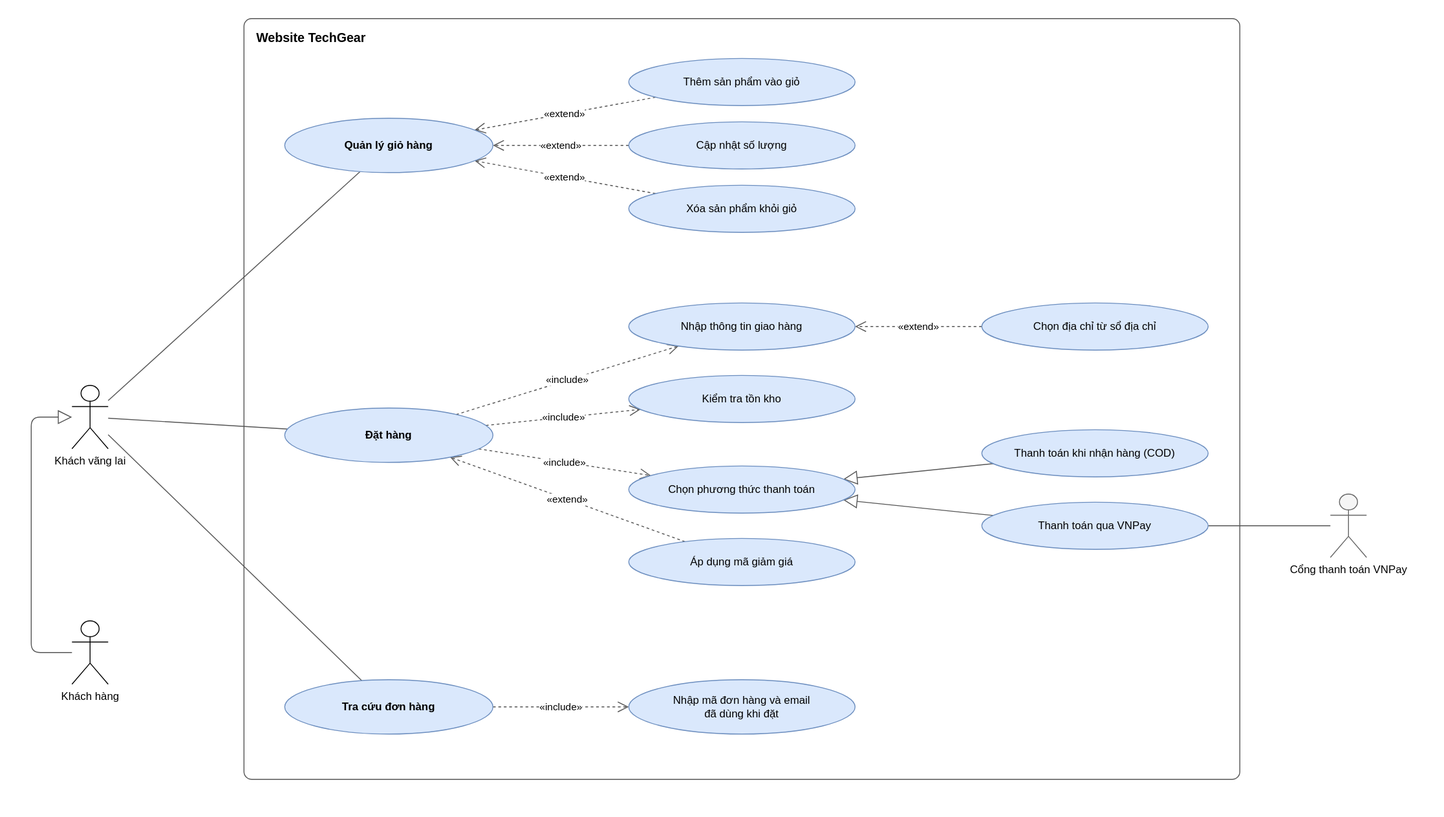
Above: docs/so-do-use-case/03_uc_gio_hang_dat_hang.svg in phdinh254/TechGear (draw.io), before the change. Source tidied: cells renumbered, new cells last; positions are measured from the earlier drawing's top-left corner, leaving out a move shared by most shapes.
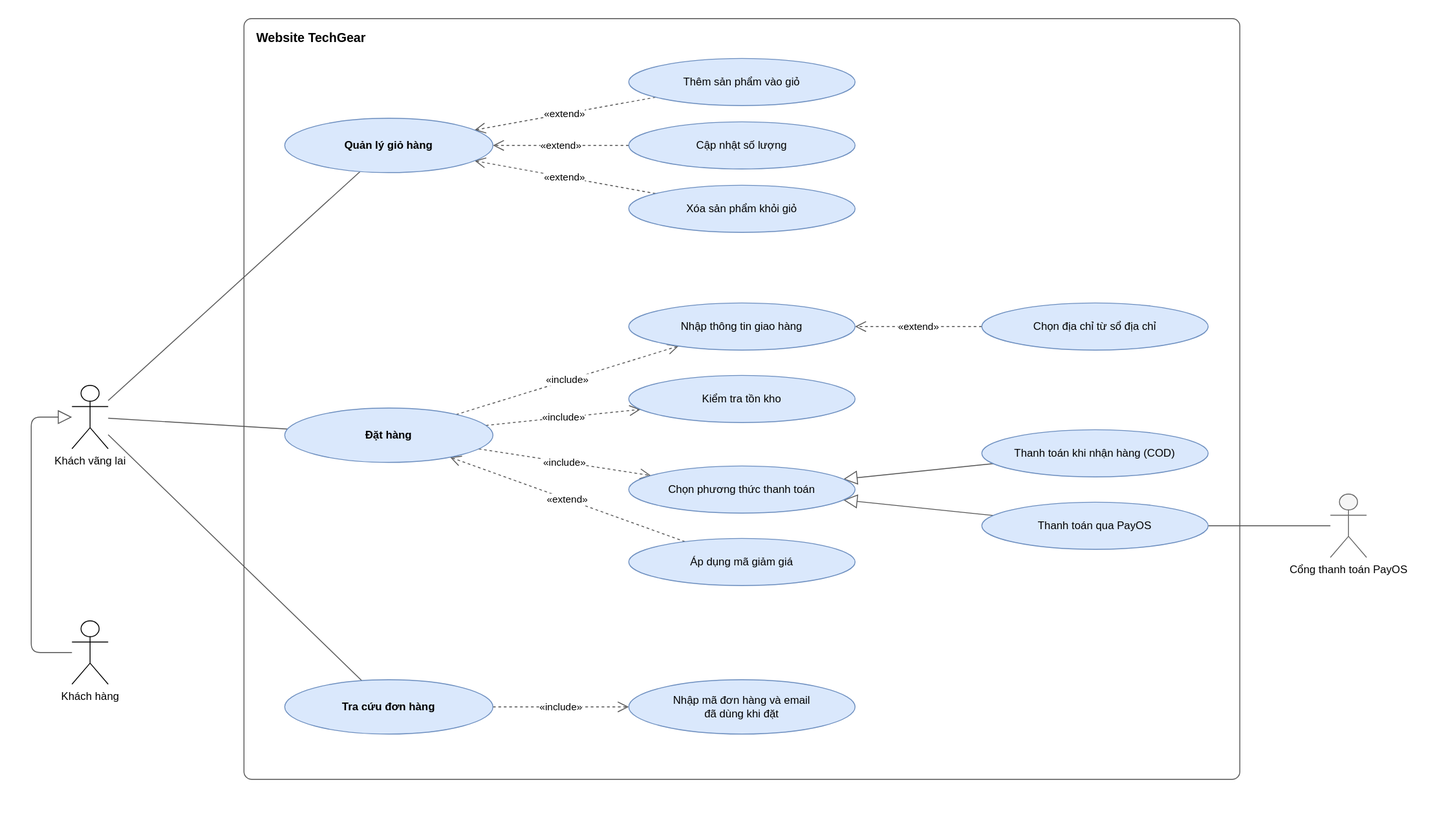
Above is the later version.

What changed in the source:
```diff
@@ -32,7 +32,7 @@
     <mxCell id="11" style="html=1;strokeColor=#555555;fontSize=11;labelBackgroundColor=#ffffff;endArrow=block;endFill=0;endSize=13;" parent="1" edge="1" source="29" target="26">
       <mxGeometry relative="1" as="geometry" />
     </mxCell>
-    <mxCell id="12" style="html=1;strokeColor=#555555;fontSize=11;labelBackgroundColor=#ffffff;endArrow=block;endFill=0;endSize=13;" parent="1" edge="1" source="30" target="26">
+    <mxCell id="12" style="html=1;strokeColor=#555555;fontSize=11;labelBackgroundColor=#ffffff;endArrow=block;endFill=0;endSize=13;" parent="1" edge="1" source="36" target="26">
       <mxGeometry relative="1" as="geometry" />
     </mxCell>
     <mxCell id="13" value="«include»" style="html=1;strokeColor=#555555;fontSize=11;labelBackgroundColor=#ffffff;endArrow=open;endSize=10;dashed=1;" parent="1" edge="1" source="31" target="32">
@@ -47,7 +47,7 @@
     <mxCell id="16" style="html=1;strokeColor=#555555;fontSize=11;labelBackgroundColor=#ffffff;endArrow=none;" parent="1" edge="1" source="33" target="31">
       <mxGeometry relative="1" as="geometry" />
     </mxCell>
-    <mxCell id="17" style="html=1;strokeColor=#555555;fontSize=11;labelBackgroundColor=#ffffff;endArrow=none;" parent="1" edge="1" source="30" target="35">
+    <mxCell id="17" style="html=1;strokeColor=#555555;fontSize=11;labelBackgroundColor=#ffffff;endArrow=none;" parent="1" edge="1" source="36" target="37">
       <mxGeometry relative="1" as="geometry" />
     </mxCell>
     <mxCell id="18" style="edgeStyle=orthogonalEdgeStyle;rounded=1;jettySize=auto;html=1;strokeColor=#555555;fontSize=11;labelBackgroundColor=#ffffff;endArrow=block;endFill=0;endSize=13;exitX=0.0000;exitY=0.5000;exitDx=0;exitDy=0;entryX=0.0000;entryY=0.5000;entryDx=0;entryDy=0;" parent="1" edge="1" source="34" target="33">
@@ -91,9 +91,9 @@
     <mxCell id="29" value="Thanh toán khi nhận hàng (COD)" style="ellipse;whiteSpace=wrap;html=1;fillColor=#dae8fc;strokeColor=#6c8ebf;fontSize=12;" parent="1" vertex="1">
       <mxGeometry x="1050" y="454" width="250" height="52" as="geometry" />
     </mxCell>
-    <mxCell id="30" value="Thanh toán qua VNPay" style="ellipse;whiteSpace=wrap;html=1;fillColor=#dae8fc;strokeColor=#6c8ebf;fontSize=12;" parent="1" vertex="1">
-      <mxGeometry x="1050" y="534" width="250" height="52" as="geometry" />
-    </mxCell>
+    <mxCell id="36" value="Thanh toán qua PayOS" style="ellipse;whiteSpace=wrap;html=1;fillColor=#dae8fc;strokeColor=#6c8ebf;fontSize=12;" parent="1" vertex="1">
+      <mxGeometry x="1050" y="534" width="250" height="52" as="geometry" />
+    </mxCell>
     <mxCell id="31" value="Tra cứu đơn hàng" style="ellipse;whiteSpace=wrap;html=1;fillColor=#dae8fc;strokeColor=#6c8ebf;fontSize=12;fontStyle=1;" parent="1" vertex="1">
       <mxGeometry x="280" y="730" width="230" height="60" as="geometry" />
     </mxCell>
@@ -106,8 +106,8 @@
     <mxCell id="34" value="Khách hàng" style="shape=umlActor;verticalLabelPosition=bottom;verticalAlign=top;html=1;outlineConnect=0;fontSize=12;" parent="1" vertex="1">
       <mxGeometry x="45" y="665" width="40" height="70" as="geometry" />
     </mxCell>
-    <mxCell id="35" value="Cổng thanh toán VNPay" style="shape=umlActor;verticalLabelPosition=bottom;verticalAlign=top;html=1;outlineConnect=0;fontSize=12;fillColor=#f5f5f5;strokeColor=#666666;" parent="1" vertex="1">
-      <mxGeometry x="1435" y="525" width="40" height="70" as="geometry" />
-    </mxCell>
+    <mxCell id="37" value="Cổng thanh toán PayOS" style="shape=umlActor;verticalLabelPosition=bottom;verticalAlign=top;html=1;outlineConnect=0;fontSize=12;fillColor=#f5f5f5;strokeColor=#666666;" parent="1" vertex="1">
+      <mxGeometry x="1435" y="525" width="40" height="70" as="geometry" />
+    </mxCell>
   </root>
 </mxGraphModel>
```
